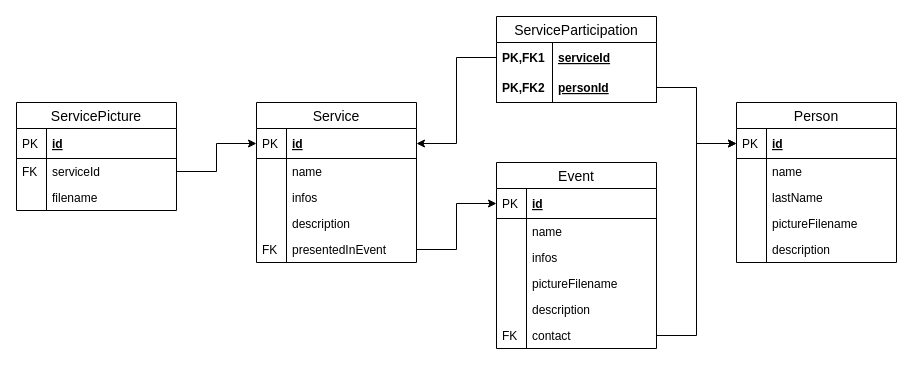
The draw.io diagram DesignDocument/diagrams/RelationalTables.drawio in Alenichel/CodiglioniDellOglioNichelini-HypermediaProject, before the edit. Source tidied: cells renumbered, new cells numbered last; positions are measured from the earlier drawing's top-left corner, leaving out a move shared by most shapes. Both pictures are drawn from the tidied source at 100%, with x=0, y=0 at pixel (16, 16).
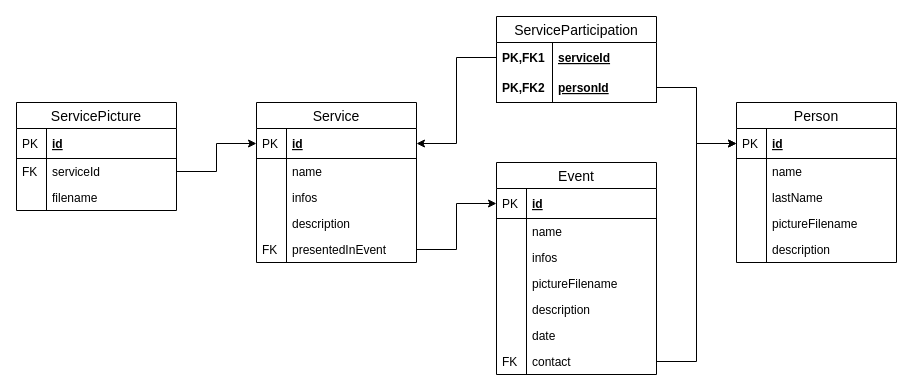
The same diagram, later.

Unchanged cells that the change refers to:
```xml
<mxCell id="23" value="id" style="shape=partialRectangle;top=0;left=0;right=0;bottom=1;align=left;verticalAlign=middle;fillColor=none;spacingLeft=34;spacingRight=4;overflow=hidden;points=[[0,0.5],[1,0.5]];portConstraint=eastwest;fontStyle=5;fontSize=12;" parent="22" vertex="1">
  <mxGeometry y="26" width="160" height="30" as="geometry" />
</mxCell>
<mxCell id="39" value="personId" style="shape=partialRectangle;top=0;left=0;right=0;bottom=1;align=left;verticalAlign=middle;fillColor=none;spacingLeft=60;spacingRight=4;overflow=hidden;points=[[0,0.5],[1,0.5]];portConstraint=eastwest;fontStyle=5;fontSize=12;" parent="36" vertex="1">
  <mxGeometry y="56" width="160" height="30" as="geometry" />
</mxCell>
```

The edit, as a diff of the source:
```diff
@@
-    <mxCell id="33" style="edgeStyle=orthogonalEdgeStyle;rounded=0;jettySize=auto;html=1;exitX=1;exitY=0.5;exitDx=0;exitDy=0;" parent="1" edge="1" source="39" target="23">
+    <mxCell id="33" style="edgeStyle=orthogonalEdgeStyle;rounded=0;jettySize=auto;html=1;exitX=1;exitY=0.5;exitDx=0;exitDy=0;entryX=0;entryY=0.5;entryDx=0;entryDy=0;" parent="1" edge="1" source="39" target="23">
       <mxGeometry relative="1" as="geometry" />
     </mxCell>
@@
     <mxCell id="35" style="edgeStyle=orthogonalEdgeStyle;rounded=0;jettySize=auto;html=1;exitX=1;exitY=0.5;exitDx=0;exitDy=0;entryX=0;entryY=0.5;entryDx=0;entryDy=0;" parent="1" edge="1" source="52" target="23">
       <mxGeometry relative="1" as="geometry">
         <Array as="points">
-          <mxPoint x="680" y="319" />
+          <mxPoint x="680" y="345" />
           <mxPoint x="680" y="127" />
         </Array>
       </mxGeometry>
     </mxCell>
@@
     <mxCell id="41" value="Event" style="swimlane;fontStyle=0;horizontal=1;startSize=26;align=center;fontSize=14;" parent="1" vertex="1">
-      <mxGeometry x="480" y="146" width="160" height="186" as="geometry" />
+      <mxGeometry x="480" y="146" width="160" height="212" as="geometry" />
     </mxCell>
@@
+    <mxCell id="54" value="date" style="shape=partialRectangle;top=0;left=0;right=0;bottom=0;align=left;verticalAlign=top;fillColor=none;spacingLeft=34;spacingRight=4;overflow=hidden;fontSize=12;" parent="41" vertex="1">
+      <mxGeometry y="160" width="160" height="26" as="geometry" />
+    </mxCell>
+    <mxCell id="55" style="shape=partialRectangle;top=0;left=0;bottom=0;fillColor=none;align=left;verticalAlign=top;spacingLeft=4;spacingRight=4;overflow=hidden;fontSize=12;" parent="54" vertex="1">
+      <mxGeometry width="30" height="26" as="geometry" />
+    </mxCell>
     <mxCell id="52" value="contact" style="shape=partialRectangle;top=0;left=0;right=0;bottom=0;align=left;verticalAlign=top;fillColor=none;spacingLeft=34;spacingRight=4;overflow=hidden;points=[[0,0.5],[1,0.5]];portConstraint=eastwest;fontSize=12;" parent="41" vertex="1">
-      <mxGeometry y="160" width="160" height="26" as="geometry" />
+      <mxGeometry y="186" width="160" height="26" as="geometry" />
     </mxCell>
```
